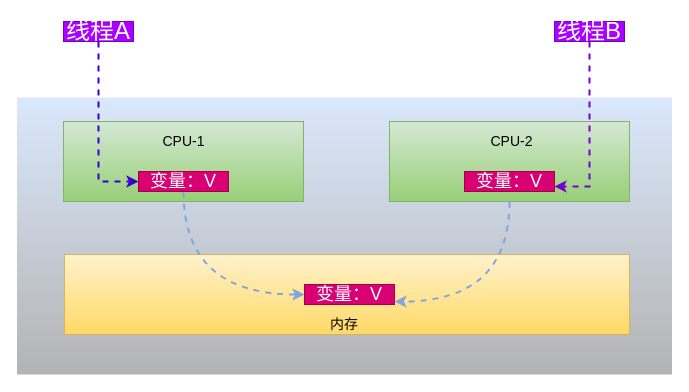
Above: page "第 2 页" (2 of 5) of 并发编程的Bug源头/1.drawio in chenjiabing666/BlogImage (draw.io), before the change. Source tidied: cells renumbered, new cells numbered last; positions are measured from the earlier drawing's top-left corner, leaving out a move shared by most shapes. Both pictures are drawn from the tidied source at 100%, with x=0, y=0 at pixel (16, 21).
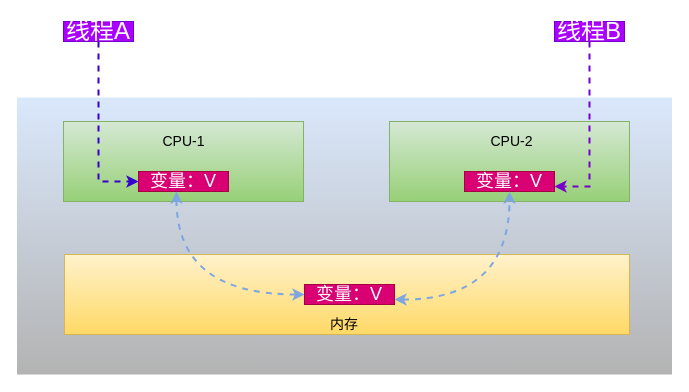
After the change.

Unchanged cells that the change refers to:
```xml
<mxCell id="4" style="rounded=0;whiteSpace=wrap;html=1;fillColor=#d5e8d4;strokeColor=#82b366;gradientColor=#97d077;" parent="1" vertex="1">
  <mxGeometry x="373" y="100" width="240" height="80" as="geometry" />
</mxCell>
<mxCell id="5" style="rounded=0;whiteSpace=wrap;html=1;fillColor=#fff2cc;strokeColor=#d6b656;gradientColor=#ffd966;" parent="1" vertex="1">
  <mxGeometry x="48" y="233" width="565" height="80" as="geometry" />
</mxCell>
<mxCell id="8" value="&lt;font style=&quot;font-size: 18px&quot;&gt;变量：V&lt;/font&gt;" style="text;html=1;strokeColor=#A50040;fillColor=#d80073;align=center;verticalAlign=middle;whiteSpace=wrap;rounded=0;fontColor=#ffffff;" parent="1" vertex="1">
  <mxGeometry x="122" y="150" width="90" height="20" as="geometry" />
</mxCell>
<mxCell id="9" value="&lt;font style=&quot;font-size: 18px&quot;&gt;变量：V&lt;/font&gt;" style="text;html=1;strokeColor=#A50040;fillColor=#d80073;align=center;verticalAlign=middle;whiteSpace=wrap;rounded=0;fontColor=#ffffff;" parent="1" vertex="1">
  <mxGeometry x="288" y="263" width="90" height="20" as="geometry" />
</mxCell>
<mxCell id="16" value="&lt;font style=&quot;font-size: 18px&quot;&gt;变量：V&lt;/font&gt;" style="text;html=1;strokeColor=#A50040;fillColor=#d80073;align=center;verticalAlign=middle;whiteSpace=wrap;rounded=0;fontColor=#ffffff;" parent="1" vertex="1">
  <mxGeometry x="448" y="150" width="90" height="20" as="geometry" />
</mxCell>
```

Change to the diagram source:
```diff
@@
-    <mxCell id="7" style="edgeStyle=orthogonalEdgeStyle;jettySize=auto;html=1;entryX=0;entryY=0.5;entryDx=0;entryDy=0;dashed=1;strokeWidth=2;curved=1;strokeColor=#7EA6E0;" parent="1" edge="1" source="8" target="9">
-      <mxGeometry relative="1" as="geometry">
-        <Array as="points">
-          <mxPoint x="167" y="273" />
-        </Array>
-      </mxGeometry>
-    </mxCell>
@@
-    <mxCell id="17" style="edgeStyle=orthogonalEdgeStyle;jettySize=auto;html=1;entryX=0.584;entryY=0.588;entryDx=0;entryDy=0;entryPerimeter=0;dashed=1;strokeWidth=2;curved=1;strokeColor=#7EA6E0;" parent="1" edge="1" source="4" target="5">
-      <mxGeometry relative="1" as="geometry">
-        <Array as="points">
-          <mxPoint x="493" y="280" />
-        </Array>
-      </mxGeometry>
-    </mxCell>
+    <mxCell id="7" style="endArrow=classic;startArrow=classic;html=1;dashed=1;strokeColor=#7EA6E0;strokeWidth=2;exitX=0.422;exitY=1;exitDx=0;exitDy=0;exitPerimeter=0;entryX=0;entryY=0.5;entryDx=0;entryDy=0;rounded=1;edgeStyle=orthogonalEdgeStyle;curved=1;" parent="1" edge="1" source="8" target="9">
+      <mxGeometry relative="1" as="geometry" />
+    </mxCell>
+    <mxCell id="18" style="endArrow=classic;startArrow=classic;html=1;dashed=1;strokeColor=#7EA6E0;strokeWidth=2;entryX=0.5;entryY=1;entryDx=0;entryDy=0;exitX=1;exitY=0.75;exitDx=0;exitDy=0;edgeStyle=orthogonalEdgeStyle;curved=1;" parent="1" edge="1" source="9" target="16">
+      <mxGeometry relative="1" as="geometry" />
+    </mxCell>
```
